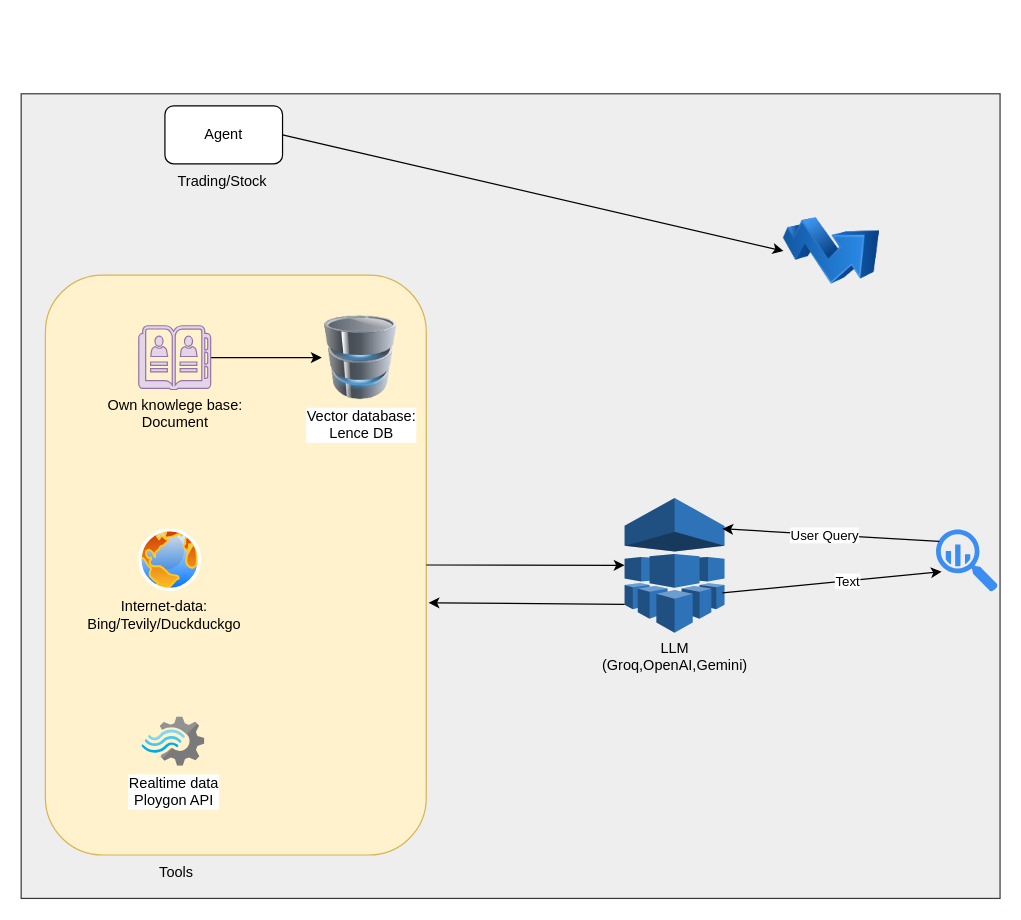
praveenkumarsrivas/agentic-trading-ai-bot keeps this draw.io diagram as project_flow.drawio. Above is the earlier version. Source tidied: cells renumbered, new cells numbered last; positions are measured from the earlier drawing's top-left corner, leaving out a move shared by most shapes. Both pictures are drawn from the tidied source at 121%, with x=0, y=0 at pixel (21, 93).
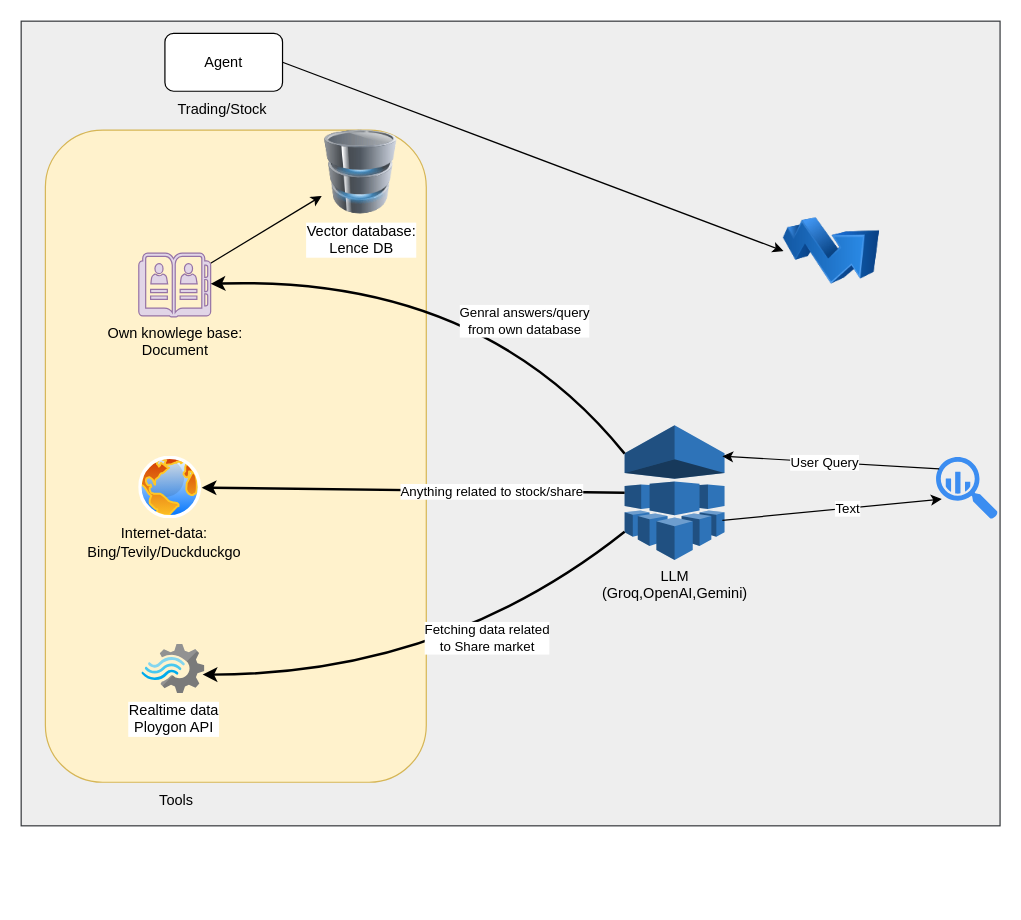
The same page after the edit.

Unchanged cells that the change refers to:
```xml
<mxCell id="8" value="Own knowlege base:&lt;div&gt;Document&lt;/div&gt;" style="sketch=0;shadow=0;dashed=0;html=1;strokeColor=#9673a6;fillColor=#e1d5e7;labelPosition=center;verticalLabelPosition=bottom;verticalAlign=top;outlineConnect=0;align=center;shape=mxgraph.office.concepts.address_book;" parent="2" vertex="1">
  <mxGeometry x="97.2" y="191.7" width="59.4" height="52.7" as="geometry" />
</mxCell>
<mxCell id="9" style="image;perimeter=ellipsePerimeter;html=1;align=center;shadow=0;dashed=0;spacingTop=3;image=img/lib/active_directory/internet_globe.svg;" parent="2" vertex="1">
  <mxGeometry x="97.2" y="359.5" width="52" height="52" as="geometry" />
</mxCell>
<mxCell id="10" value="Realtime data&lt;div&gt;Ploygon API&lt;/div&gt;" style="image;sketch=0;html=1;points=[];align=center;fontSize=12;image=img/lib/mscae/Stream_Analytics.svg;" parent="2" vertex="1">
  <mxGeometry x="99.9" y="515.2" width="52" height="40.6" as="geometry" />
</mxCell>
<mxCell id="14" value="LLM&lt;div&gt;(Groq,OpenAI,Gemini)&lt;/div&gt;" style="outlineConnect=0;dashed=0;verticalLabelPosition=bottom;verticalAlign=top;align=center;html=1;shape=mxgraph.aws3.machine_learning;fillColor=#2E73B8;gradientColor=none;" parent="2" vertex="1">
  <mxGeometry x="498.7" y="334" width="82.6" height="111.4" as="geometry" />
</mxCell>
```

What changed in the source:
```diff
@@
     <mxCell id="2" style="group;fillColor=#eeeeee;strokeColor=#36393d;" parent="1" vertex="1">
-      <mxGeometry width="809" height="665" as="geometry" />
+      <mxGeometry y="-60" width="809" height="665" as="geometry" />
     </mxCell>
     <mxCell id="3" style="rounded=1;whiteSpace=wrap;html=1;fillColor=#fff2cc;strokeColor=#d6b656;" parent="2" vertex="1">
-      <mxGeometry x="20" y="149.8" width="314.8" height="479.3" as="geometry" />
+      <mxGeometry x="20" y="90" width="314.8" height="539" as="geometry" />
     </mxCell>
@@
     <mxCell id="12" value="Vector database:&lt;div&gt;Lence DB&lt;/div&gt;" style="image;html=1;image=img/lib/clip_art/computers/Database_128x128.png;" parent="2" vertex="1">
-      <mxGeometry x="248.4" y="183.3" width="64.8" height="69.5" as="geometry" />
+      <mxGeometry x="248.4" y="90" width="64.8" height="69.5" as="geometry" />
     </mxCell>
@@
-    <mxCell id="15" style="edgeStyle=none;html=1;exitX=1;exitY=0.5;exitDx=0;exitDy=0;entryX=0;entryY=0.5;entryDx=0;entryDy=0;entryPerimeter=0;flowAnimation=1;" parent="2" edge="1" source="3" target="14">
-      <mxGeometry relative="1" as="geometry" />
-    </mxCell>
-    <mxCell id="16" style="edgeStyle=none;html=1;exitX=0;exitY=0.79;exitDx=0;exitDy=0;exitPerimeter=0;entryX=1.006;entryY=0.565;entryDx=0;entryDy=0;entryPerimeter=0;flowAnimation=1;" parent="2" edge="1" source="14" target="3">
-      <mxGeometry relative="1" as="geometry" />
+    <mxCell id="16" style="edgeStyle=none;html=1;exitX=0;exitY=0.79;exitDx=0;exitDy=0;exitPerimeter=0;flowAnimation=1;entryX=0.963;entryY=0.611;entryDx=0;entryDy=0;entryPerimeter=0;strokeWidth=2;rounded=0;curved=1;" parent="2" edge="1" source="14" target="10">
+      <mxGeometry relative="1" as="geometry">
+        <Array as="points">
+          <mxPoint x="350" y="540" />
+        </Array>
+      </mxGeometry>
     </mxCell>
+    <mxCell id="24" value="Fetching data related&lt;div&gt;to Share market&lt;/div&gt;" style="edgeLabel;html=1;align=center;verticalAlign=middle;" parent="16" vertex="1">
+      <mxGeometry x="-0.26" y="-2" relative="1" as="geometry" />
+    </mxCell>
@@
+    <mxCell id="25" style="endArrow=classic;html=1;entryX=1;entryY=0.5;entryDx=0;entryDy=0;exitX=0;exitY=0.5;exitDx=0;exitDy=0;exitPerimeter=0;flowAnimation=1;strokeWidth=2;rounded=0;curved=1;" parent="2" edge="1" source="14" target="9">
+      <mxGeometry relative="1" as="geometry" />
+    </mxCell>
+    <mxCell id="26" value="Anything related to stock/share" style="edgeLabel;html=1;align=center;verticalAlign=middle;" parent="25" vertex="1">
+      <mxGeometry x="-0.37" relative="1" as="geometry" />
+    </mxCell>
+    <mxCell id="27" style="endArrow=classic;html=1;flowAnimation=1;exitX=0;exitY=0.21;exitDx=0;exitDy=0;exitPerimeter=0;strokeWidth=2;rounded=0;curved=1;" parent="2" edge="1" source="14" target="8">
+      <mxGeometry relative="1" as="geometry">
+        <Array as="points">
+          <mxPoint x="380" y="210" />
+        </Array>
+      </mxGeometry>
+    </mxCell>
+    <mxCell id="28" value="Genral answers/query&lt;div&gt;from own database&lt;/div&gt;" style="edgeLabel;html=1;align=center;verticalAlign=middle;" parent="27" vertex="1">
+      <mxGeometry x="-0.33" y="-4" relative="1" as="geometry" />
+    </mxCell>
```
